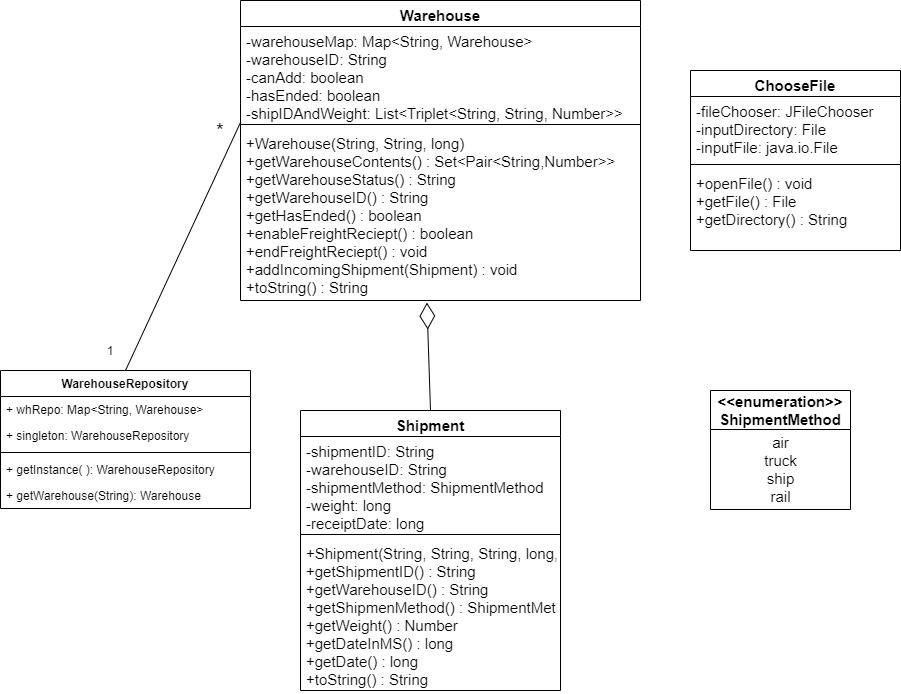
This is ClassDiagram.png from f3z087/RANDOMNAME, a draw.io export, as it was before one commit. Source tidied: cells renumbered, new cells last; positions are measured from the earlier drawing's top-left corner, leaving out a move shared by most shapes.
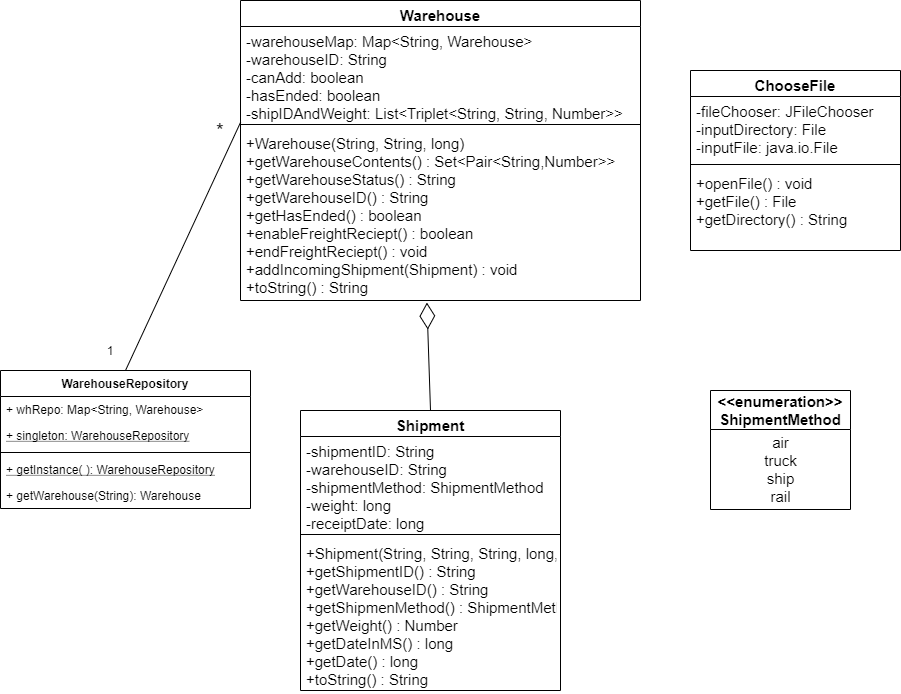
Above is the later version.

What changed in the source:
```diff
@@ -53,13 +53,13 @@
     <mxCell id="18" value="+ whRepo: Map&lt;String, Warehouse&gt;" style="text;strokeColor=none;fillColor=none;align=left;verticalAlign=top;spacingLeft=4;spacingRight=4;overflow=hidden;" parent="17" vertex="1">
       <mxGeometry y="26" width="250" height="26" as="geometry" />
     </mxCell>
-    <mxCell id="19" value="+ singleton: WarehouseRepository" style="text;strokeColor=none;fillColor=none;align=left;verticalAlign=top;spacingLeft=4;spacingRight=4;overflow=hidden;" parent="17" vertex="1">
+    <mxCell id="19" value="+ singleton: WarehouseRepository" style="text;strokeColor=none;fillColor=none;align=left;verticalAlign=top;spacingLeft=4;spacingRight=4;overflow=hidden;fontStyle=4;" parent="17" vertex="1">
       <mxGeometry y="52" width="250" height="26" as="geometry" />
     </mxCell>
     <mxCell id="20" style="line;strokeWidth=1;fillColor=none;align=left;verticalAlign=middle;spacingTop=-1;spacingLeft=3;spacingRight=3;labelPosition=right;" parent="17" vertex="1">
       <mxGeometry y="78" width="250" height="8" as="geometry" />
     </mxCell>
-    <mxCell id="21" value="+ getInstance( ): WarehouseRepository" style="text;strokeColor=none;fillColor=none;align=left;verticalAlign=top;spacingLeft=4;spacingRight=4;overflow=hidden;" parent="17" vertex="1">
+    <mxCell id="21" value="+ getInstance( ): WarehouseRepository" style="text;strokeColor=none;fillColor=none;align=left;verticalAlign=top;spacingLeft=4;spacingRight=4;overflow=hidden;fontStyle=4;" parent="17" vertex="1">
       <mxGeometry y="86" width="250" height="26" as="geometry" />
     </mxCell>
     <mxCell id="22" value="+ getWarehouse(String): Warehouse" style="text;strokeColor=none;fillColor=none;align=left;verticalAlign=top;spacingLeft=4;spacingRight=4;overflow=hidden;" parent="17" vertex="1">
```
